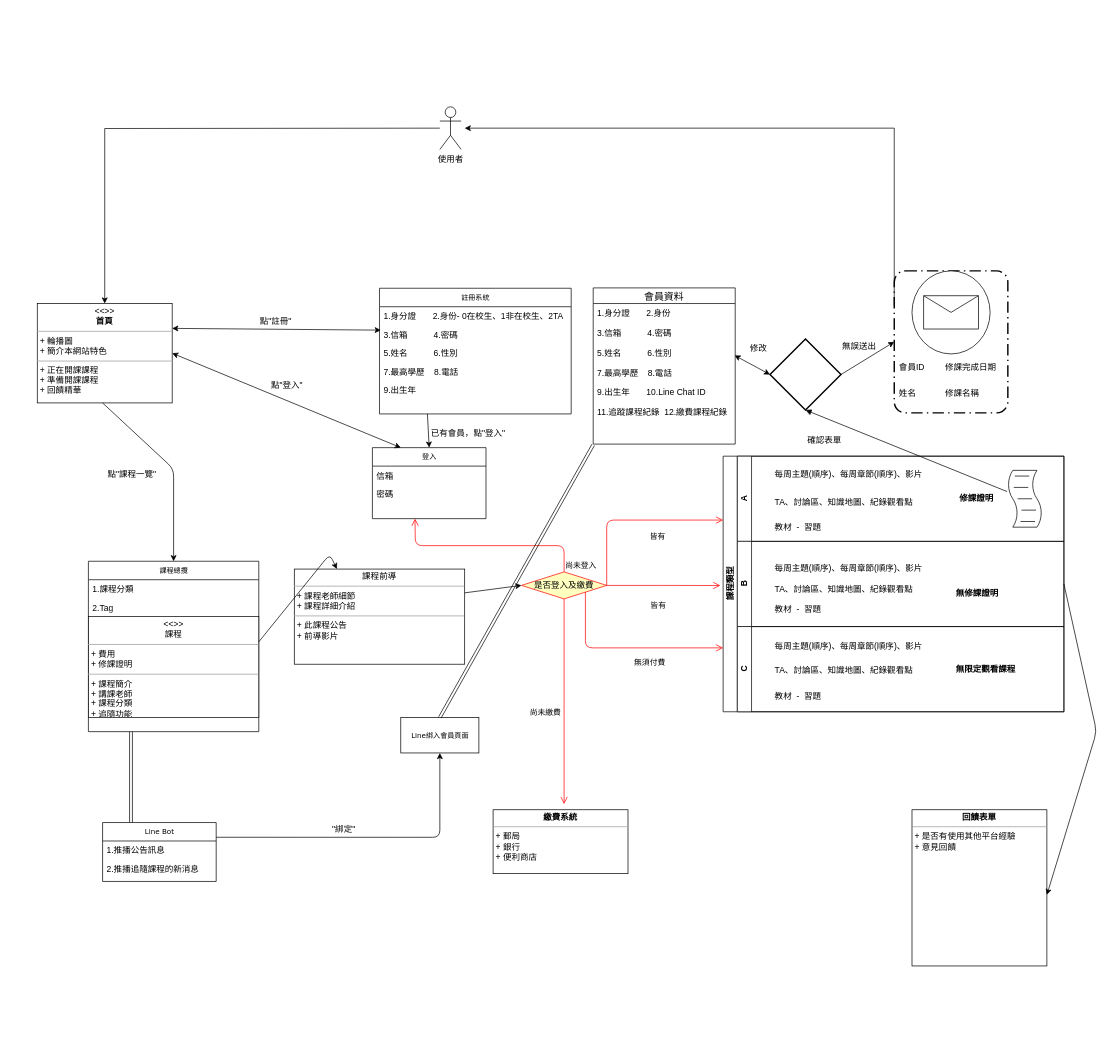
Earlier version of the draw.io diagram nthu_cloud.drawio (bloodangle/fisrt). Source tidied: cells renumbered, new cells numbered last; positions are measured from the earlier drawing's top-left corner, leaving out a move shared by most shapes. Both pictures are drawn from the tidied source at 71%, with x=0, y=0 at pixel (37, 106).
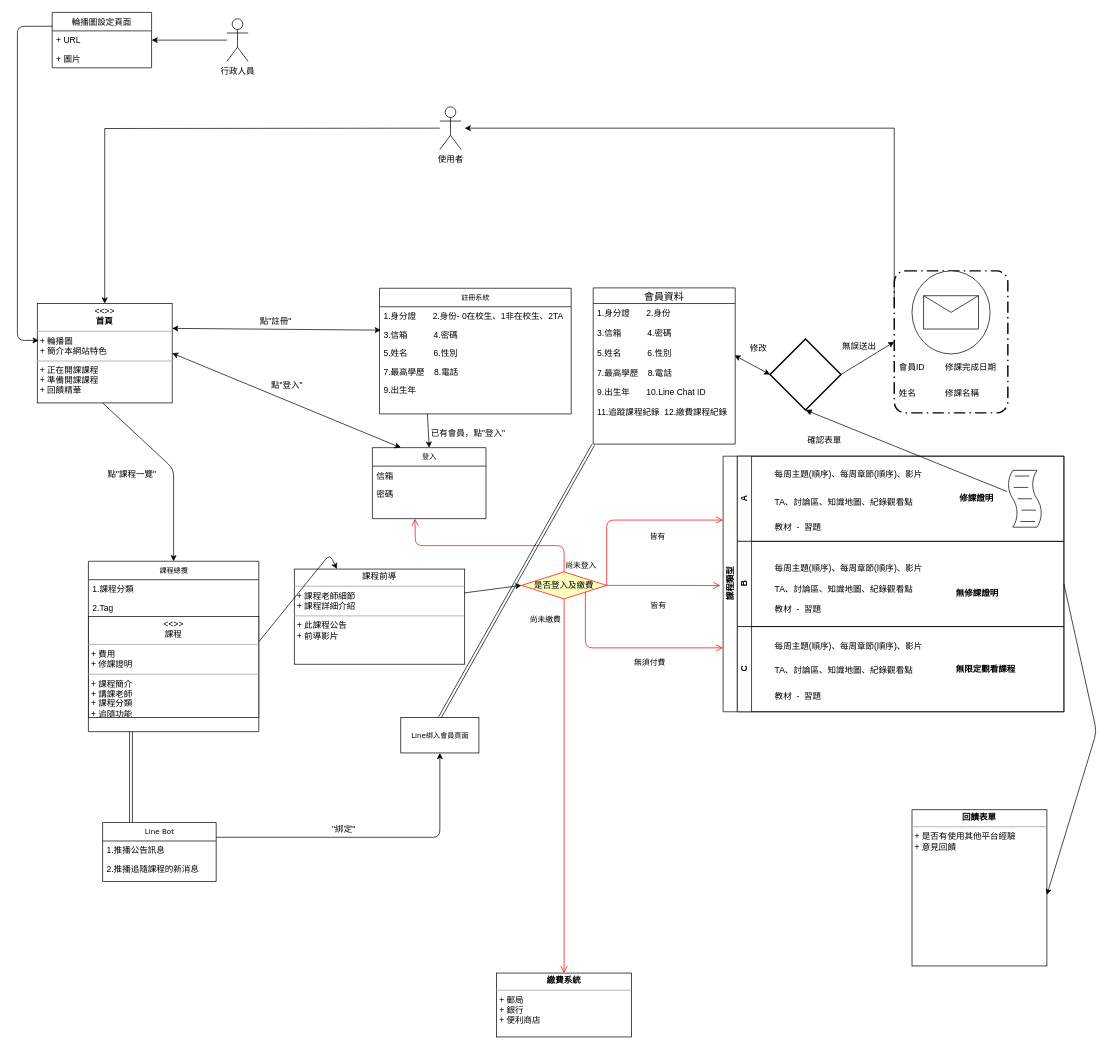
The same diagram, later.

Unchanged cells that the change refers to:
```xml
<mxCell id="17" value="&lt;p style=&quot;margin: 0px ; margin-top: 4px ; text-align: center&quot;&gt;&lt;i&gt;&amp;lt;&amp;lt;&amp;gt;&amp;gt;&lt;/i&gt;&lt;br&gt;&lt;b&gt;首頁&lt;/b&gt;&lt;/p&gt;&lt;hr size=&quot;1&quot;&gt;&lt;p style=&quot;margin: 0px ; margin-left: 4px&quot;&gt;+ 輪播圖&lt;br&gt;+ 簡介本網站特色&lt;/p&gt;&lt;hr size=&quot;1&quot;&gt;&lt;p style=&quot;margin: 0px ; margin-left: 4px&quot;&gt;+ 正在開課課程&lt;/p&gt;&lt;p style=&quot;margin: 0px ; margin-left: 4px&quot;&gt;+ 準備開課課程&lt;/p&gt;&lt;p style=&quot;margin: 0px ; margin-left: 4px&quot;&gt;+ 回饋精華&lt;/p&gt;" style="verticalAlign=top;align=left;overflow=fill;fontSize=12;fontFamily=Helvetica;html=1;rounded=0;shadow=0;comic=0;labelBackgroundColor=none;strokeColor=#000000;strokeWidth=1;fillColor=#ffffff;" parent="1" vertex="1">
  <mxGeometry y="277" width="190" height="140" as="geometry" />
</mxCell>
<mxCell id="49" value="是否登入及繳費" style="rhombus;whiteSpace=wrap;html=1;fillColor=#ffffc0;strokeColor=#ff0000;" parent="1" vertex="1">
  <mxGeometry x="682" y="655" width="120" height="38" as="geometry" />
</mxCell>
```

The edit, as a diff of the source:
```diff
@@
-    <mxCell id="65" value="尚未繳費" style="edgeStyle=orthogonalEdgeStyle;html=1;align=left;verticalAlign=top;endArrow=open;endSize=8;strokeColor=#ff0000;exitX=0.5;exitY=1;exitDx=0;exitDy=0;" parent="1" edge="1" source="49">
-      <mxGeometry x="0.02" y="-50" relative="1" as="geometry">
-        <mxPoint x="742" y="982" as="targetPoint" />
-      </mxGeometry>
+    <mxCell id="65" value="尚未繳費" style="edgeStyle=orthogonalEdgeStyle;html=1;align=left;verticalAlign=top;endArrow=open;endSize=8;strokeColor=#ff0000;exitX=0.5;exitY=1;exitDx=0;exitDy=0;entryX=0.5;entryY=0;entryDx=0;entryDy=0;" parent="1" edge="1" source="49" target="68">
+      <mxGeometry x="-0.94" y="-50" relative="1" as="geometry" />
     </mxCell>
@@
     <mxCell id="68" value="&lt;p style=&quot;margin: 0px ; margin-top: 4px ; text-align: center&quot;&gt;&lt;b&gt;繳費系統&lt;/b&gt;&lt;/p&gt;&lt;hr size=&quot;1&quot;&gt;&lt;p style=&quot;margin: 0px ; margin-left: 4px&quot;&gt;+ 郵局&lt;br&gt;+ 銀行&lt;/p&gt;&lt;p style=&quot;margin: 0px ; margin-left: 4px&quot;&gt;+ 便利商店&lt;br&gt;&lt;br&gt;&lt;/p&gt;" style="verticalAlign=top;align=left;overflow=fill;fontSize=12;fontFamily=Helvetica;html=1;" parent="1" vertex="1">
-      <mxGeometry x="642" y="990" width="190" height="90" as="geometry" />
+      <mxGeometry x="647" y="1220" width="190" height="90" as="geometry" />
     </mxCell>
@@
+    <mxCell id="79" style="edgeStyle=orthogonalEdgeStyle;rounded=0;jettySize=auto;html=1;entryX=1;entryY=0.5;entryDx=0;entryDy=0;" parent="1" edge="1" source="80" target="82">
+      <mxGeometry relative="1" as="geometry" />
+    </mxCell>
+    <mxCell id="80" value="行政人員" style="shape=umlActor;verticalLabelPosition=bottom;labelBackgroundColor=#ffffff;verticalAlign=top;html=1;" parent="1" vertex="1">
+      <mxGeometry x="267" y="-124" width="30" height="60" as="geometry" />
+    </mxCell>
+    <mxCell id="81" value="輪播圖設定頁面" style="swimlane;fontStyle=0;horizontal=1;startSize=26;fillColor=none;" parent="1" vertex="1">
+      <mxGeometry x="21" y="-133" width="140" height="78" as="geometry" />
+    </mxCell>
+    <mxCell id="82" value="+ URL" style="text;strokeColor=none;fillColor=none;align=left;verticalAlign=top;spacingLeft=4;spacingRight=4;overflow=hidden;points=[[0,0.5],[1,0.5]];portConstraint=eastwest;" parent="81" vertex="1">
+      <mxGeometry y="26" width="140" height="26" as="geometry" />
+    </mxCell>
+    <mxCell id="83" value="+ 圖片" style="text;strokeColor=none;fillColor=none;align=left;verticalAlign=top;spacingLeft=4;spacingRight=4;overflow=hidden;" parent="81" vertex="1">
+      <mxGeometry y="52" width="140" height="26" as="geometry" />
+    </mxCell>
+    <mxCell id="84" style="edgeStyle=elbowEdgeStyle;endArrow=classic;html=1;exitX=0;exitY=0.25;exitDx=0;exitDy=0;entryX=0.011;entryY=0.371;entryDx=0;entryDy=0;entryPerimeter=0;" parent="1" edge="1" source="81" target="17">
+      <mxGeometry relative="1" as="geometry">
+        <Array as="points">
+          <mxPoint x="-28" y="100" />
+        </Array>
+      </mxGeometry>
+    </mxCell>
```
